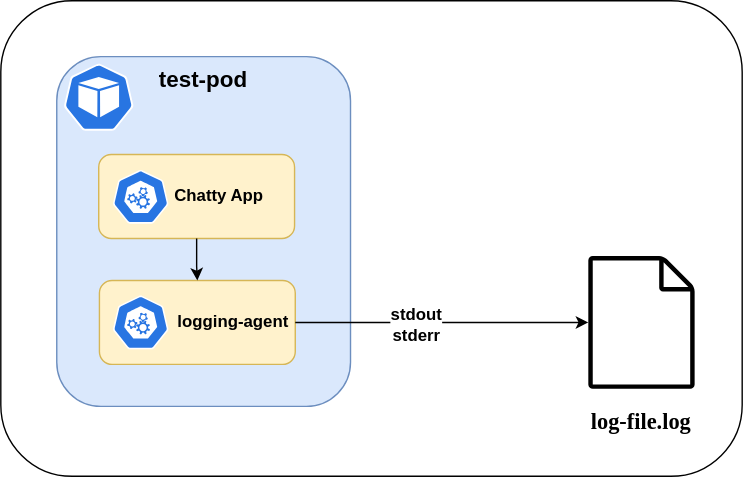
Earlier version of the draw.io export docs/img/2021-07-25-conceptual2.drawio.svg (jbold569/jbold569). Source tidied: cells renumbered, new cells last; positions are measured from the earlier drawing's top-left corner, leaving out a move shared by most shapes.
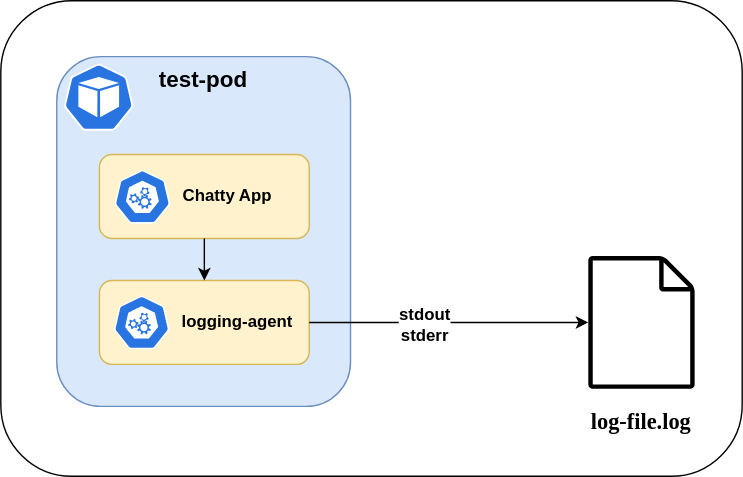
The same diagram one commit later.

The edit, as a diff of the source:
```diff
@@ -11,23 +11,23 @@
     <mxCell id="4" style="html=1;dashed=0;whitespace=wrap;fillColor=#2875E2;strokeColor=#ffffff;shape=mxgraph.kubernetes.icon;prIcon=pod;" parent="1" vertex="1">
       <mxGeometry x="45" y="45" width="50" height="48" as="geometry" />
     </mxCell>
-    <mxCell id="5" style="group;" parent="1" vertex="1">
-      <mxGeometry x="70" y="110" width="140" height="60" as="geometry" />
+    <mxCell id="5" style="group;spacingRight=0;" parent="1" vertex="1">
+      <mxGeometry x="70.5" y="110" width="150" height="60" as="geometry" />
     </mxCell>
-    <mxCell id="6" value="&lt;b&gt;Chatty App&lt;/b&gt;" style="rounded=1;whiteSpace=wrap;html=1;verticalAlign=middle;align=right;spacingRight=20;fillColor=#fff2cc;strokeColor=#d6b656;" parent="5" vertex="1">
-      <mxGeometry width="140" height="60" as="geometry" />
+    <mxCell id="6" value="&lt;b&gt;Chatty App&lt;/b&gt;" style="rounded=1;whiteSpace=wrap;html=1;verticalAlign=middle;align=right;spacingRight=25;fillColor=#fff2cc;strokeColor=#d6b656;" parent="5" vertex="1">
+      <mxGeometry width="150" height="60" as="geometry" />
     </mxCell>
     <mxCell id="7" style="html=1;dashed=0;whitespace=wrap;fillColor=#2875E2;strokeColor=#ffffff;shape=mxgraph.kubernetes.icon;prIcon=master;" parent="5" vertex="1">
-      <mxGeometry x="10" y="11" width="40" height="38.4" as="geometry" />
+      <mxGeometry x="10.7" y="11" width="40" height="38.4" as="geometry" />
     </mxCell>
     <mxCell id="8" style="group;" parent="1" vertex="1">
-      <mxGeometry x="70.5" y="200" width="140" height="60" as="geometry" />
+      <mxGeometry x="70.5" y="200" width="150" height="60" as="geometry" />
     </mxCell>
-    <mxCell id="9" value="&lt;b&gt;logging-agent&lt;br&gt;&lt;/b&gt;" style="rounded=1;whiteSpace=wrap;html=1;verticalAlign=middle;align=right;spacingRight=3;fillColor=#fff2cc;strokeColor=#d6b656;" parent="8" vertex="1">
-      <mxGeometry width="140" height="60" as="geometry" />
+    <mxCell id="9" value="&lt;b&gt;logging-agent&lt;br&gt;&lt;/b&gt;" style="rounded=1;whiteSpace=wrap;html=1;verticalAlign=middle;align=right;spacingRight=10;fillColor=#fff2cc;strokeColor=#d6b656;" parent="8" vertex="1">
+      <mxGeometry width="150" height="60" as="geometry" />
     </mxCell>
     <mxCell id="10" style="html=1;dashed=0;whitespace=wrap;fillColor=#2875E2;strokeColor=#ffffff;shape=mxgraph.kubernetes.icon;prIcon=master;" parent="8" vertex="1">
-      <mxGeometry x="9.5" y="10.8" width="40" height="38.4" as="geometry" />
+      <mxGeometry x="10.2" y="10.8" width="40" height="38.4" as="geometry" />
     </mxCell>
     <mxCell id="11" style="edgeStyle=orthogonalEdgeStyle;rounded=0;jettySize=auto;html=1;" parent="1" edge="1" source="6" target="9">
       <mxGeometry relative="1" as="geometry" />
```
